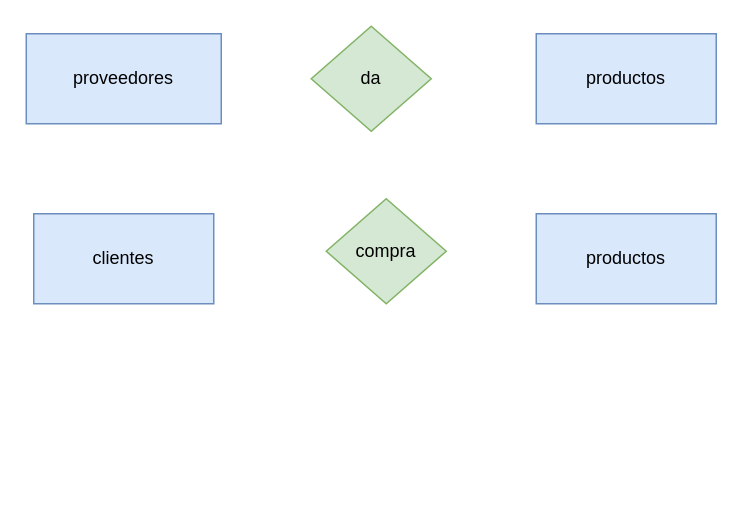
Above: Unidad-1/Tareas./Tarea-1/Diagrama sin título.drawio in mdiogc/base-datos (draw.io), before the change. Source tidied: cells renumbered, new cells numbered last; positions are measured from the earlier drawing's top-left corner, leaving out a move shared by most shapes. Both pictures are drawn from the tidied source at 150%, with x=0, y=0 at pixel (26, 26).
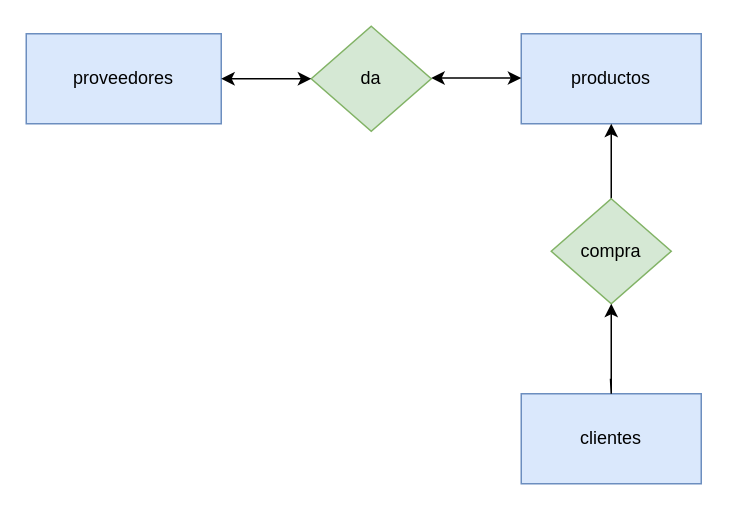
Above is the later version.

What changed in the source:
```diff
@@
 <mxGraphModel>
   <root>
     <mxCell id="0" />
     <mxCell id="1" parent="0" />
     <mxCell id="2" value="proveedores" style="rounded=0;whiteSpace=wrap;html=1;fillColor=#dae8fc;strokeColor=#6c8ebf;" parent="1" vertex="1">
       <mxGeometry y="5" width="130" height="60" as="geometry" />
     </mxCell>
     <mxCell id="3" value="clientes" style="rounded=0;whiteSpace=wrap;html=1;fillColor=#dae8fc;strokeColor=#6c8ebf;" parent="1" vertex="1">
-      <mxGeometry x="5" y="125" width="120" height="60" as="geometry" />
+      <mxGeometry x="330" y="245" width="120" height="60" as="geometry" />
     </mxCell>
     <mxCell id="4" value="productos" style="rounded=0;whiteSpace=wrap;html=1;fillColor=#dae8fc;strokeColor=#6c8ebf;" parent="1" vertex="1">
-      <mxGeometry x="340" y="5" width="120" height="60" as="geometry" />
+      <mxGeometry x="330" y="5" width="120" height="60" as="geometry" />
     </mxCell>
     <mxCell id="5" value="da" style="rhombus;whiteSpace=wrap;html=1;fillColor=#d5e8d4;strokeColor=#82b366;" parent="1" vertex="1">
       <mxGeometry x="190" width="80" height="70" as="geometry" />
     </mxCell>
+    <mxCell id="8" style="edgeStyle=orthogonalEdgeStyle;rounded=0;jettySize=auto;html=1;exitX=0.5;exitY=0;exitDx=0;exitDy=0;entryX=0.5;entryY=1;entryDx=0;entryDy=0;" parent="1" edge="1" source="6" target="4">
+      <mxGeometry relative="1" as="geometry" />
+    </mxCell>
     <mxCell id="6" value="compra" style="rhombus;whiteSpace=wrap;html=1;fillColor=#d5e8d4;strokeColor=#82b366;" parent="1" vertex="1">
-      <mxGeometry x="200" y="115" width="80" height="70" as="geometry" />
+      <mxGeometry x="350" y="115" width="80" height="70" as="geometry" />
     </mxCell>
-    <mxCell id="7" value="productos" style="rounded=0;whiteSpace=wrap;html=1;fillColor=#dae8fc;strokeColor=#6c8ebf;" parent="1" vertex="1">
-      <mxGeometry x="340" y="125" width="120" height="60" as="geometry" />
-    </mxCell>
+    <mxCell id="9" style="endArrow=classic;startArrow=classic;html=1;rounded=0;exitX=1;exitY=0.5;exitDx=0;exitDy=0;" parent="1" edge="1" source="2" target="5">
+      <mxGeometry relative="1" as="geometry" />
+    </mxCell>
+    <mxCell id="10" style="endArrow=classic;startArrow=classic;html=1;rounded=0;exitX=1;exitY=0.5;exitDx=0;exitDy=0;" parent="1" edge="1">
+      <mxGeometry relative="1" as="geometry">
+        <mxPoint x="270" y="34.5" as="sourcePoint" />
+        <mxPoint x="330" y="34.5" as="targetPoint" />
+        <Array as="points">
+          <mxPoint x="310" y="34.5" />
+        </Array>
+      </mxGeometry>
+    </mxCell>
+    <mxCell id="11" style="endArrow=classic;html=1;rounded=0;" parent="1" edge="1">
+      <mxGeometry relative="1" as="geometry">
+        <mxPoint x="389.5" y="235" as="sourcePoint" />
+        <mxPoint x="390" y="185" as="targetPoint" />
+        <Array as="points">
+          <mxPoint x="390" y="245" />
+        </Array>
+      </mxGeometry>
+    </mxCell>
   </root>
 </mxGraphModel>
```
